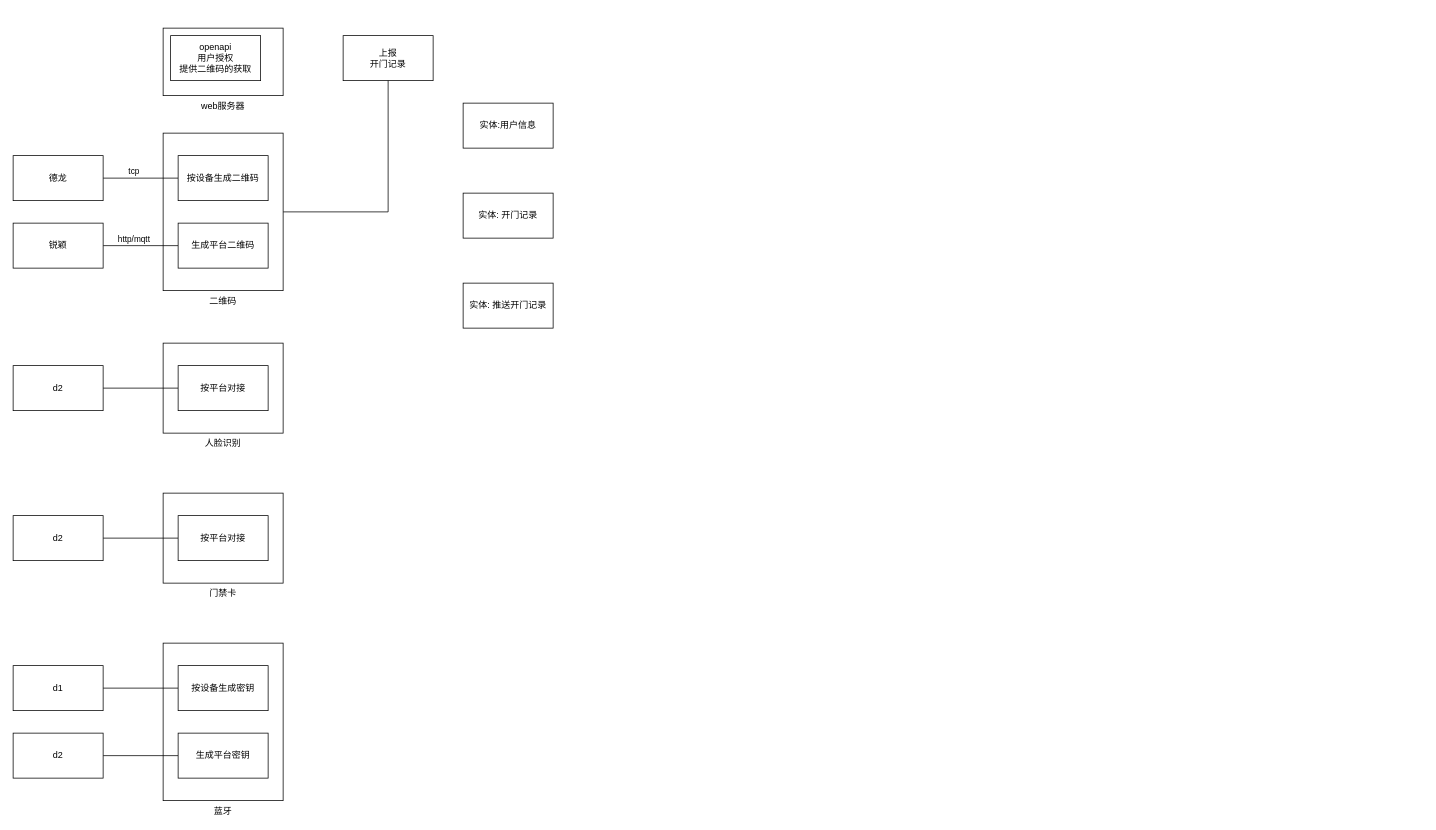
Above: page "第 4 页" (4 of 5) of 门禁.drawio in 63isOK/conference_graph (draw.io), before the change. Source tidied: cells renumbered, new cells numbered last; positions are measured from the earlier drawing's top-left corner, leaving out a move shared by most shapes. Both pictures are drawn from the tidied source at 75%, with x=0, y=0 at pixel (13, 28).
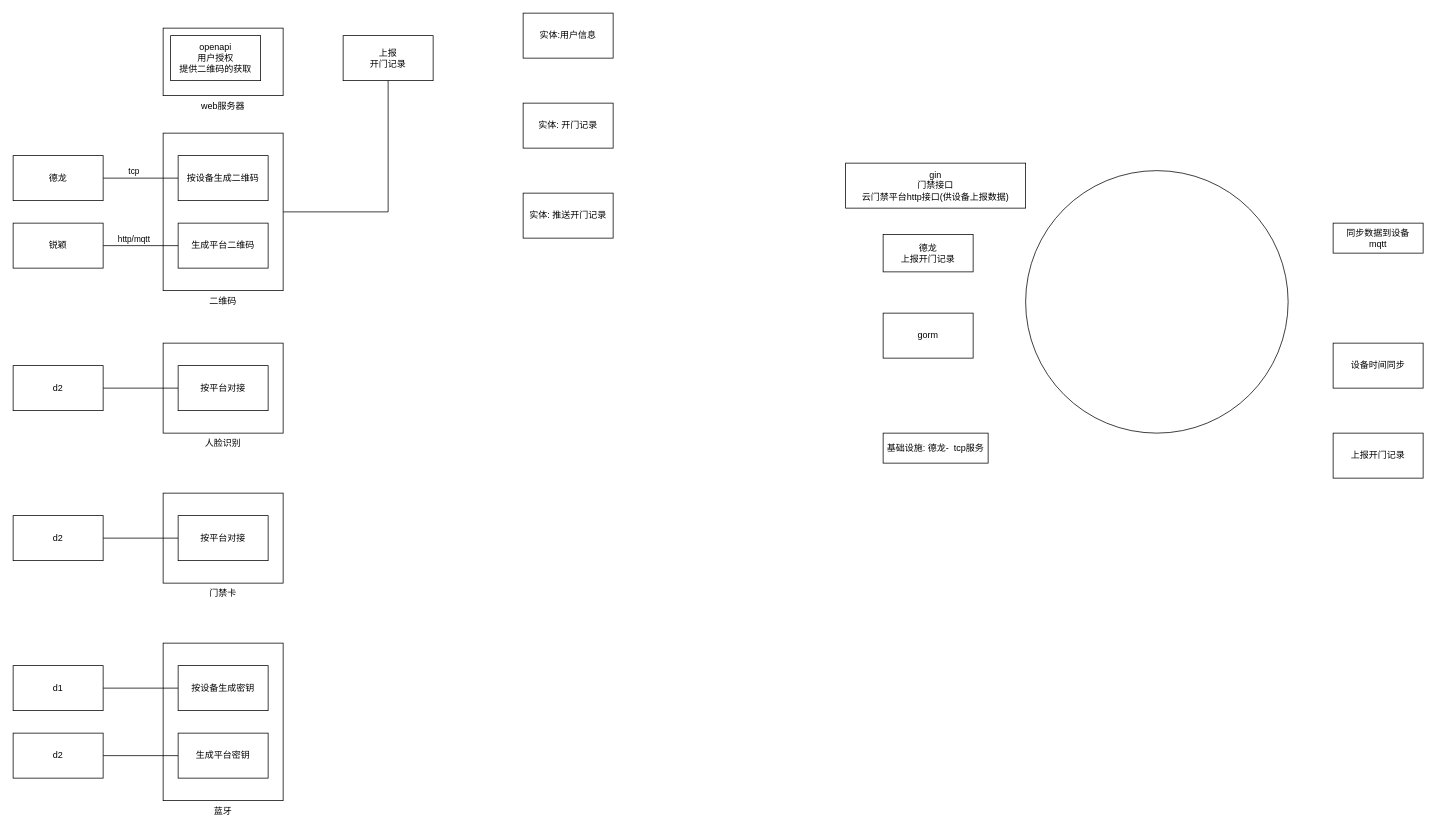
After the change.

Diff of the diagram source:
```diff
@@
     <mxCell id="30" value="实体:用户信息" style="rounded=0;whiteSpace=wrap;html=1;" parent="1" vertex="1">
-      <mxGeometry x="600" y="100" width="120" height="60" as="geometry" />
+      <mxGeometry x="680" y="-20" width="120" height="60" as="geometry" />
     </mxCell>
     <mxCell id="31" value="实体: 开门记录" style="rounded=0;whiteSpace=wrap;html=1;" parent="1" vertex="1">
-      <mxGeometry x="600" y="220" width="120" height="60" as="geometry" />
+      <mxGeometry x="680" y="100" width="120" height="60" as="geometry" />
     </mxCell>
     <mxCell id="32" value="实体: 推送开门记录" style="rounded=0;whiteSpace=wrap;html=1;" parent="1" vertex="1">
-      <mxGeometry x="600" y="340" width="120" height="60" as="geometry" />
+      <mxGeometry x="680" y="220" width="120" height="60" as="geometry" />
     </mxCell>
+    <mxCell id="33" value="gin&lt;br&gt;门禁接口&lt;br&gt;云门禁平台http接口(供设备上报数据)" style="rounded=0;whiteSpace=wrap;html=1;" parent="1" vertex="1">
+      <mxGeometry x="1110" y="180" width="240" height="60" as="geometry" />
+    </mxCell>
+    <mxCell id="34" value="gorm" style="rounded=0;whiteSpace=wrap;html=1;" parent="1" vertex="1">
+      <mxGeometry x="1160" y="380" width="120" height="60" as="geometry" />
+    </mxCell>
+    <mxCell id="35" style="ellipse;whiteSpace=wrap;html=1;" parent="1" vertex="1">
+      <mxGeometry x="1350" y="190" width="350" height="350" as="geometry" />
+    </mxCell>
+    <mxCell id="36" value="德龙&lt;br&gt;上报开门记录" style="rounded=0;whiteSpace=wrap;html=1;" parent="1" vertex="1">
+      <mxGeometry x="1160" y="275" width="120" height="50" as="geometry" />
+    </mxCell>
+    <mxCell id="37" value="设备时间同步" style="rounded=0;whiteSpace=wrap;html=1;" parent="1" vertex="1">
+      <mxGeometry x="1760" y="420" width="120" height="60" as="geometry" />
+    </mxCell>
+    <mxCell id="38" value="上报开门记录" style="rounded=0;whiteSpace=wrap;html=1;" parent="1" vertex="1">
+      <mxGeometry x="1760" y="540" width="120" height="60" as="geometry" />
+    </mxCell>
+    <mxCell id="39" value="同步数据到设备&lt;br&gt;mqtt" style="rounded=0;whiteSpace=wrap;html=1;" parent="1" vertex="1">
+      <mxGeometry x="1760" y="260" width="120" height="40" as="geometry" />
+    </mxCell>
+    <mxCell id="40" value="基础设施: 德龙-&amp;nbsp; tcp服务" style="rounded=0;whiteSpace=wrap;html=1;" parent="1" vertex="1">
+      <mxGeometry x="1160" y="540" width="140" height="40" as="geometry" />
+    </mxCell>
```
